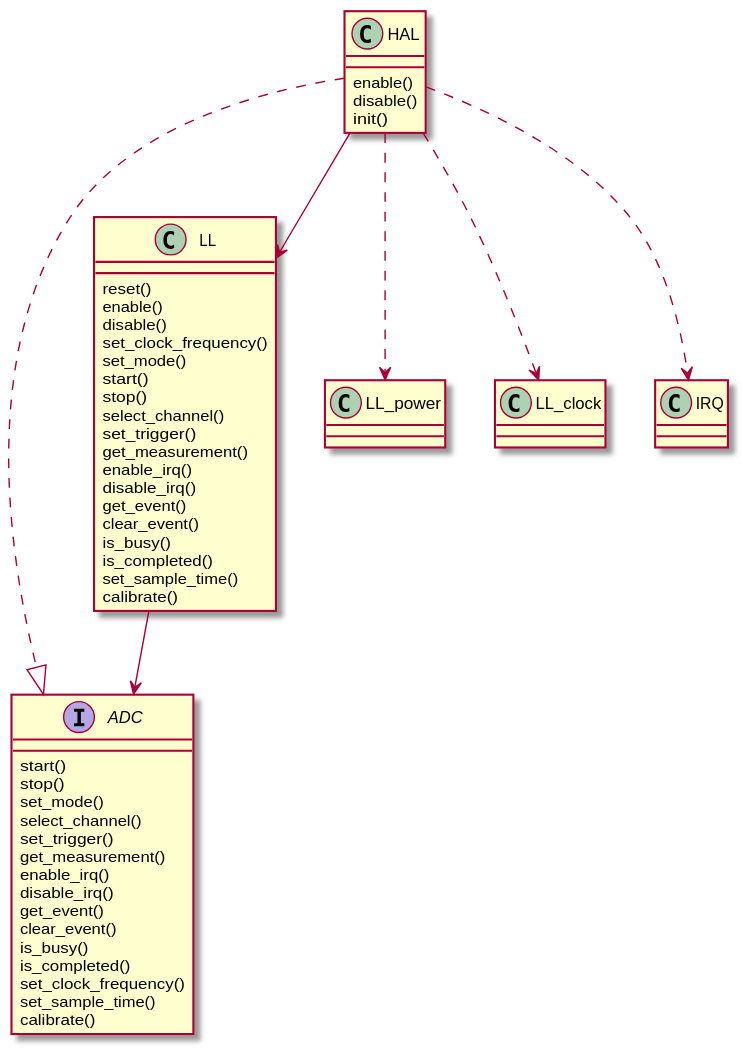
onkwon/halmcu keeps this PlantUML diagram as docs/source/assets/images/adc.svg. Above is the earlier version.
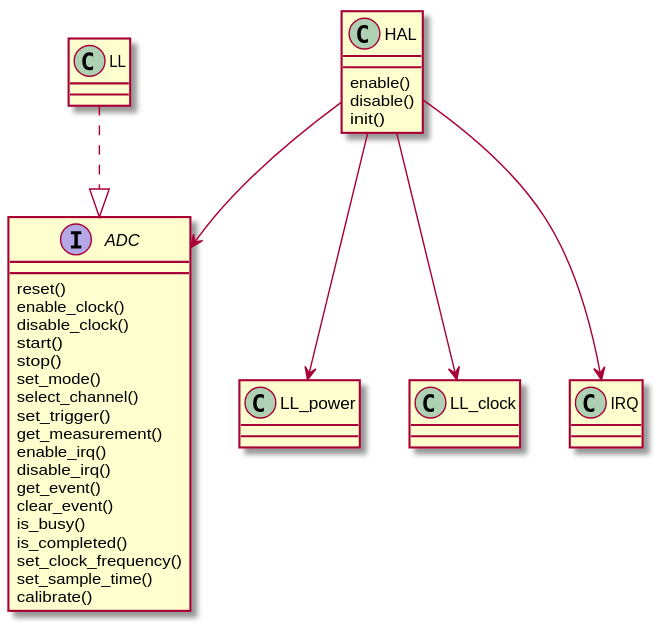
Later version of the same file.

Diff of the diagram source:
```diff
@@ -1,5 +1,8 @@
 @startuml
 interface ADC {
+	reset()
+	enable_clock()
+	disable_clock()
 	start()
 	stop()
 	set_mode()
@@ -17,37 +20,15 @@
 	calibrate()
 }
 
-class LL {
-	reset()
-	enable()
-	disable()
-	set_clock_frequency()
-	set_mode()
-	start()
-	stop()
-	select_channel()
-	set_trigger()
-	get_measurement()
-	enable_irq()
-	disable_irq()
-	get_event()
-	clear_event()
-	is_busy()
-	is_completed()
-	set_sample_time()
-	calibrate()
-}
-
 class HAL {
 	enable()
 	disable()
 	init()
 }
 
-HAL ..|> ADC
-HAL --> LL
-HAL ..> LL_power
-HAL ..> LL_clock
-HAL ..> IRQ
-LL --> ADC
+HAL --> ADC
+HAL --> LL_power
+HAL --> LL_clock
+HAL --> IRQ
+LL ..|> ADC
 @enduml
```
